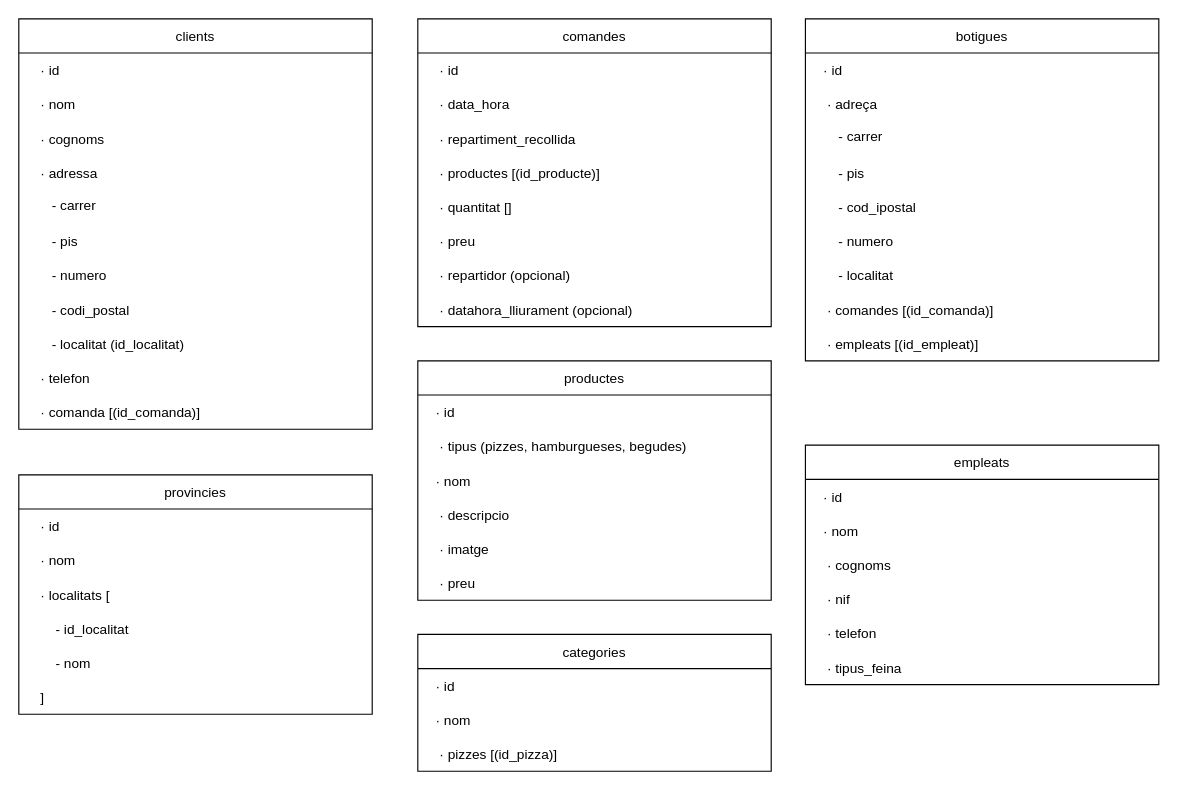
This is Pizzeria.drawio from RafaLlonch/MongoDB, a draw.io file, before an edit. Source tidied: cells renumbered, new cells numbered last; positions are measured from the earlier drawing's top-left corner, leaving out a move shared by most shapes. Both pictures are drawn from the tidied source at 114%, with x=0, y=0 at pixel (18, 18).
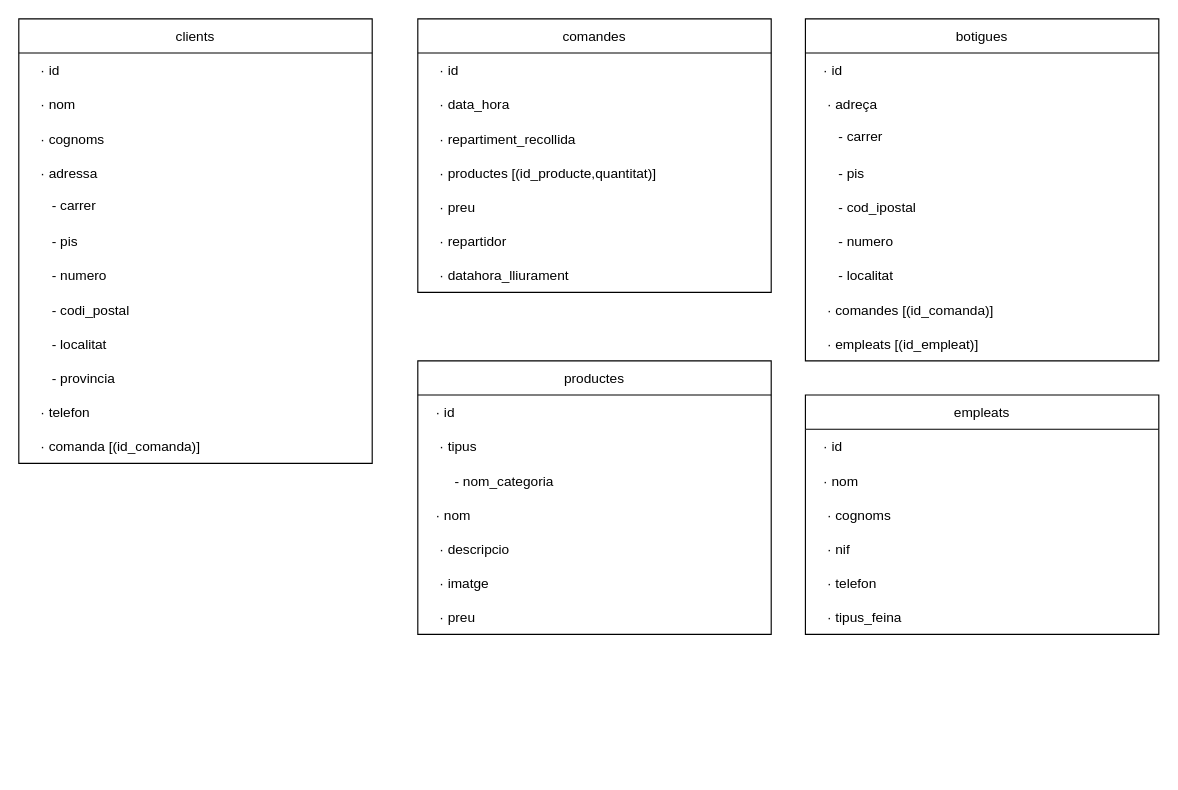
The same diagram, later.

Diff of the diagram source:
```diff
@@
     <mxCell id="2" value="productes" style="swimlane;fontStyle=0;horizontal=1;startSize=30;" parent="1" vertex="1">
-      <mxGeometry x="350" y="300" width="310" height="210" as="geometry" />
+      <mxGeometry x="350" y="300" width="310" height="240" as="geometry" />
     </mxCell>
@@
-    <mxCell id="4" value="    · tipus (pizzes, hamburgueses, begudes)" style="text;strokeColor=none;fillColor=none;align=left;verticalAlign=middle;spacingLeft=4;spacingRight=4;overflow=hidden;" parent="2" vertex="1">
+    <mxCell id="4" value="    · tipus " style="text;strokeColor=none;fillColor=none;align=left;verticalAlign=middle;spacingLeft=4;spacingRight=4;overflow=hidden;" parent="2" vertex="1">
       <mxGeometry y="60" width="310" height="30" as="geometry" />
     </mxCell>
+    <mxCell id="58" value="        - nom_categoria" style="text;strokeColor=none;fillColor=none;align=left;verticalAlign=middle;spacingLeft=4;spacingRight=4;overflow=hidden;" parent="2" vertex="1">
+      <mxGeometry y="90" width="310" height="30" as="geometry" />
+    </mxCell>
     <mxCell id="5" value="   · nom" style="text;strokeColor=none;fillColor=none;align=left;verticalAlign=middle;spacingLeft=4;spacingRight=4;overflow=hidden;" parent="2" vertex="1">
-      <mxGeometry y="90" width="310" height="30" as="geometry" />
+      <mxGeometry y="120" width="310" height="30" as="geometry" />
     </mxCell>
     <mxCell id="6" value="    · descripcio" style="text;strokeColor=none;fillColor=none;align=left;verticalAlign=middle;spacingLeft=4;spacingRight=4;overflow=hidden;" parent="2" vertex="1">
-      <mxGeometry y="120" width="310" height="30" as="geometry" />
+      <mxGeometry y="150" width="310" height="30" as="geometry" />
     </mxCell>
     <mxCell id="7" value="    · imatge" style="text;strokeColor=none;fillColor=none;align=left;verticalAlign=middle;spacingLeft=4;spacingRight=4;overflow=hidden;" parent="2" vertex="1">
-      <mxGeometry y="150" width="310" height="30" as="geometry" />
+      <mxGeometry y="180" width="310" height="30" as="geometry" />
     </mxCell>
     <mxCell id="8" value="    · preu" style="text;strokeColor=none;fillColor=none;align=left;verticalAlign=middle;spacingLeft=4;spacingRight=4;overflow=hidden;" parent="2" vertex="1">
-      <mxGeometry y="180" width="310" height="30" as="geometry" />
+      <mxGeometry y="210" width="310" height="30" as="geometry" />
     </mxCell>
     <mxCell id="9" value="clients" style="swimlane;fontStyle=0;horizontal=1;startSize=30;" parent="1" vertex="1">
-      <mxGeometry width="310" height="360" as="geometry" />
+      <mxGeometry width="310" height="390" as="geometry" />
     </mxCell>
@@
-    <mxCell id="18" value="       - localitat (id_localitat)" style="text;strokeColor=none;fillColor=none;align=left;verticalAlign=middle;spacingLeft=4;spacingRight=4;overflow=hidden;" parent="9" vertex="1">
+    <mxCell id="18" value="       - localitat " style="text;strokeColor=none;fillColor=none;align=left;verticalAlign=middle;spacingLeft=4;spacingRight=4;overflow=hidden;" parent="9" vertex="1">
       <mxGeometry y="270" width="310" height="30" as="geometry" />
     </mxCell>
+    <mxCell id="59" value="       - provincia" style="text;strokeColor=none;fillColor=none;align=left;verticalAlign=middle;spacingLeft=4;spacingRight=4;overflow=hidden;" parent="9" vertex="1">
+      <mxGeometry y="300" width="310" height="30" as="geometry" />
+    </mxCell>
     <mxCell id="19" value="    · telefon" style="text;strokeColor=none;fillColor=none;align=left;verticalAlign=middle;spacingLeft=4;spacingRight=4;overflow=hidden;" parent="9" vertex="1">
-      <mxGeometry y="300" width="310" height="30" as="geometry" />
+      <mxGeometry y="330" width="310" height="30" as="geometry" />
     </mxCell>
     <mxCell id="20" value="    · comanda [(id_comanda)]" style="text;strokeColor=none;fillColor=none;align=left;verticalAlign=middle;spacingLeft=4;spacingRight=4;overflow=hidden;" parent="9" vertex="1">
-      <mxGeometry y="330" width="310" height="30" as="geometry" />
+      <mxGeometry y="360" width="310" height="30" as="geometry" />
     </mxCell>
     <mxCell id="21" value="comandes" style="swimlane;fontStyle=0;horizontal=1;startSize=30;" parent="1" vertex="1">
-      <mxGeometry x="350" width="310" height="270" as="geometry" />
+      <mxGeometry x="350" width="310" height="240" as="geometry" />
     </mxCell>
@@
-    <mxCell id="25" value="    · productes [(id_producte)]" style="text;strokeColor=none;fillColor=none;align=left;verticalAlign=middle;spacingLeft=4;spacingRight=4;overflow=hidden;" parent="21" vertex="1">
+    <mxCell id="25" value="    · productes [(id_producte,quantitat)]" style="text;strokeColor=none;fillColor=none;align=left;verticalAlign=middle;spacingLeft=4;spacingRight=4;overflow=hidden;" parent="21" vertex="1">
       <mxGeometry y="120" width="310" height="30" as="geometry" />
     </mxCell>
-    <mxCell id="26" value="    · quantitat []" style="text;strokeColor=none;fillColor=none;align=left;verticalAlign=middle;spacingLeft=4;spacingRight=4;overflow=hidden;" parent="21" vertex="1">
-      <mxGeometry y="150" width="310" height="30" as="geometry" />
-    </mxCell>
     <mxCell id="27" value="    · preu" style="text;strokeColor=none;fillColor=none;align=left;verticalAlign=middle;spacingLeft=4;spacingRight=4;overflow=hidden;" parent="21" vertex="1">
-      <mxGeometry y="180" width="310" height="30" as="geometry" />
+      <mxGeometry y="150" width="310" height="30" as="geometry" />
     </mxCell>
-    <mxCell id="28" value="    · repartidor (opcional)" style="text;strokeColor=none;fillColor=none;align=left;verticalAlign=middle;spacingLeft=4;spacingRight=4;overflow=hidden;" parent="21" vertex="1">
-      <mxGeometry y="210" width="310" height="30" as="geometry" />
+    <mxCell id="28" value="    · repartidor " style="text;strokeColor=none;fillColor=none;align=left;verticalAlign=middle;spacingLeft=4;spacingRight=4;overflow=hidden;" parent="21" vertex="1">
+      <mxGeometry y="180" width="310" height="30" as="geometry" />
     </mxCell>
-    <mxCell id="29" value="    · datahora_lliurament (opcional)" style="text;strokeColor=none;fillColor=none;align=left;verticalAlign=middle;spacingLeft=4;spacingRight=4;overflow=hidden;" parent="21" vertex="1">
-      <mxGeometry y="240" width="310" height="30" as="geometry" />
+    <mxCell id="29" value="    · datahora_lliurament " style="text;strokeColor=none;fillColor=none;align=left;verticalAlign=middle;spacingLeft=4;spacingRight=4;overflow=hidden;" parent="21" vertex="1">
+      <mxGeometry y="210" width="310" height="30" as="geometry" />
     </mxCell>
-    <mxCell id="30" value="provincies" style="swimlane;fontStyle=0;horizontal=1;startSize=30;" parent="1" vertex="1">
-      <mxGeometry y="400" width="310" height="210" as="geometry" />
-    </mxCell>
-    <mxCell id="31" value="    · id" style="text;strokeColor=none;fillColor=none;align=left;verticalAlign=middle;spacingLeft=4;spacingRight=4;overflow=hidden;" parent="30" vertex="1">
-      <mxGeometry y="30" width="310" height="30" as="geometry" />
-    </mxCell>
-    <mxCell id="32" value="    · nom" style="text;strokeColor=none;fillColor=none;align=left;verticalAlign=middle;spacingLeft=4;spacingRight=4;overflow=hidden;" parent="30" vertex="1">
-      <mxGeometry y="60" width="310" height="30" as="geometry" />
-    </mxCell>
-    <mxCell id="33" value="    · localitats [" style="text;strokeColor=none;fillColor=none;align=left;verticalAlign=middle;spacingLeft=4;spacingRight=4;overflow=hidden;" parent="30" vertex="1">
-      <mxGeometry y="90" width="310" height="30" as="geometry" />
-    </mxCell>
-    <mxCell id="34" value="        - id_localitat" style="text;strokeColor=none;fillColor=none;align=left;verticalAlign=middle;spacingLeft=4;spacingRight=4;overflow=hidden;" parent="30" vertex="1">
-      <mxGeometry y="120" width="310" height="30" as="geometry" />
-    </mxCell>
-    <mxCell id="35" value="        - nom" style="text;strokeColor=none;fillColor=none;align=left;verticalAlign=middle;spacingLeft=4;spacingRight=4;overflow=hidden;" parent="30" vertex="1">
-      <mxGeometry y="150" width="310" height="30" as="geometry" />
-    </mxCell>
-    <mxCell id="36" value="    ]" style="text;strokeColor=none;fillColor=none;align=left;verticalAlign=middle;spacingLeft=4;spacingRight=4;overflow=hidden;" parent="30" vertex="1">
-      <mxGeometry y="180" width="310" height="30" as="geometry" />
-    </mxCell>
-    <mxCell id="37" value="categories" style="swimlane;fontStyle=0;horizontal=1;startSize=30;" parent="1" vertex="1">
-      <mxGeometry x="350" y="540" width="310" height="120" as="geometry" />
-    </mxCell>
-    <mxCell id="38" value="   · id" style="text;strokeColor=none;fillColor=none;align=left;verticalAlign=middle;spacingLeft=4;spacingRight=4;overflow=hidden;" parent="37" vertex="1">
-      <mxGeometry y="30" width="310" height="30" as="geometry" />
-    </mxCell>
-    <mxCell id="39" value="   · nom" style="text;strokeColor=none;fillColor=none;align=left;verticalAlign=middle;spacingLeft=4;spacingRight=4;overflow=hidden;" parent="37" vertex="1">
-      <mxGeometry y="60" width="310" height="30" as="geometry" />
-    </mxCell>
-    <mxCell id="40" value="    · pizzes [(id_pizza)]" style="text;strokeColor=none;fillColor=none;align=left;verticalAlign=middle;spacingLeft=4;spacingRight=4;overflow=hidden;" parent="37" vertex="1">
-      <mxGeometry y="90" width="310" height="30" as="geometry" />
-    </mxCell>
@@
     <mxCell id="51" value="empleats" style="swimlane;fontStyle=0;horizontal=1;startSize=30;" parent="1" vertex="1">
-      <mxGeometry x="690" y="374" width="310" height="210" as="geometry" />
+      <mxGeometry x="690" y="330" width="310" height="210" as="geometry" />
     </mxCell>
```
